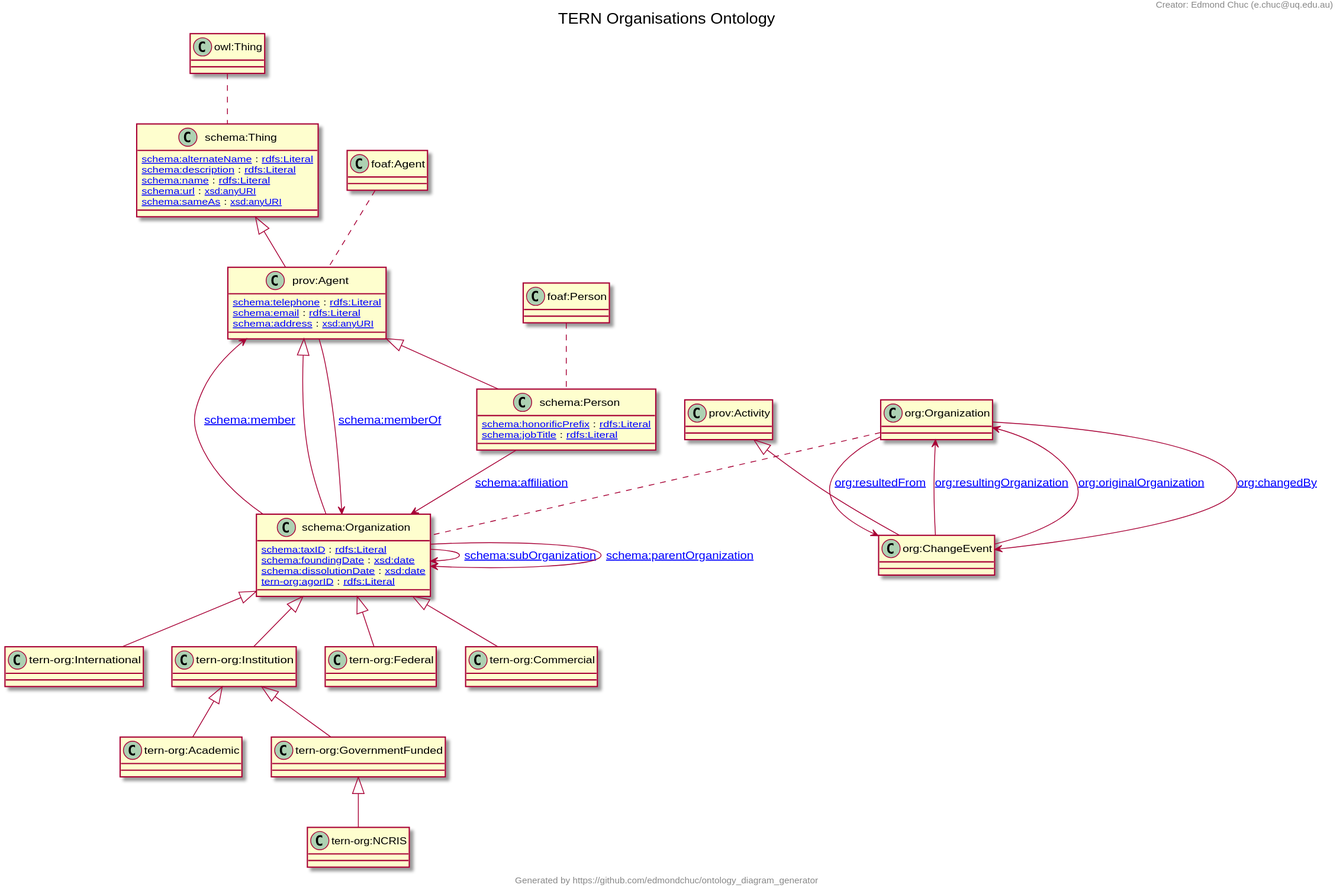
Above: docs/tern-org.ttl.svg in ternaustralia/ontology_tern-org (PlantUML), before the change.
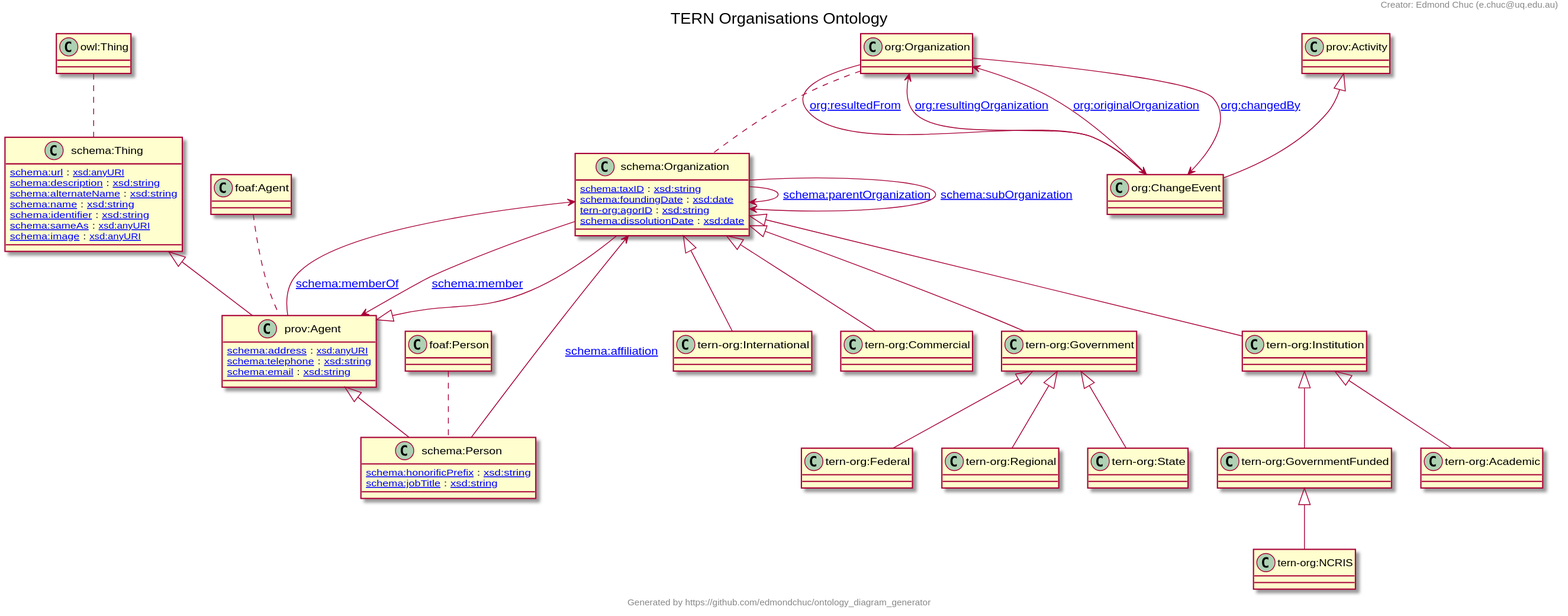
Above is the later version.

Change to the diagram source:
```diff
@@ -1,67 +1,78 @@
 @startuml
 title TERN Organisations Ontology
+"schema:Organization" <|-- "tern-org:Government"
+"tern-org:Government" <|-- "tern-org:Regional"
+"prov:Agent" <|-- "schema:Person"
+"schema:Organization" <|-- "tern-org:International"
+"tern-org:GovernmentFunded" <|-- "tern-org:NCRIS"
+"tern-org:Government" <|-- "tern-org:State"
+"prov:Activity" <|-- "org:ChangeEvent"
+"schema:Organization" <|-- "tern-org:Commercial"
 "prov:Agent" <|-- "schema:Organization"
-"schema:Organization" <|-- "tern-org:International"
+"tern-org:Government" <|-- "tern-org:Federal"
+"tern-org:Institution" <|-- "tern-org:GovernmentFunded"
 "tern-org:Institution" <|-- "tern-org:Academic"
-"tern-org:GovernmentFunded" <|-- "tern-org:NCRIS"
-"prov:Activity" <|-- "org:ChangeEvent"
-"tern-org:Institution" <|-- "tern-org:GovernmentFunded"
+"schema:Thing" <|-- "prov:Agent"
 "schema:Organization" <|-- "tern-org:Institution"
-"schema:Thing" <|-- "prov:Agent"
-"schema:Organization" <|-- "tern-org:Federal"
-"schema:Organization" <|-- "tern-org:Commercial"
-"prov:Agent" <|-- "schema:Person"
-Class "schema:Organization" [[http://schema.org/Organization]] {
-[[http://schema.org/taxID schema:taxID]] : [[http://www.w3.org/2000/01/rdf-schema#Literal rdfs:Literal]]
-[[http://schema.org/foundingDate schema:foundingDate]] : [[http://www.w3.org/2001/XMLSchema#date xsd:date]]
-[[http://schema.org/dissolutionDate schema:dissolutionDate]] : [[http://www.w3.org/2001/XMLSchema#date xsd:date]]
-[[https://w3id.org/tern/ontologies/org/agorID tern-org:agorID]] : [[http://www.w3.org/2000/01/rdf-schema#Literal rdfs:Literal]]
+Class "tern-org:Government" [[https://w3id.org/tern/ontologies/org/Government]] {
+}
+Class "tern-org:Regional" [[https://w3id.org/tern/ontologies/org/Regional]] {
+}
+Class "schema:Person" [[http://schema.org/Person]] {
+[[http://schema.org/honorificPrefix schema:honorificPrefix]] : [[http://www.w3.org/2001/XMLSchema#string xsd:string]]
+[[http://schema.org/jobTitle schema:jobTitle]] : [[http://www.w3.org/2001/XMLSchema#string xsd:string]]
 }
 Class "tern-org:International" [[https://w3id.org/tern/ontologies/org/International]] {
 }
-Class "tern-org:Academic" [[https://w3id.org/tern/ontologies/org/Academic]] {
+Class "schema:Thing" [[http://schema.org/Thing]] {
+[[http://schema.org/url schema:url]] : [[http://www.w3.org/2001/XMLSchema#anyURI xsd:anyURI]]
+[[http://schema.org/description schema:description]] : [[http://www.w3.org/2001/XMLSchema#string xsd:string]]
+[[http://schema.org/alternateName schema:alternateName]] : [[http://www.w3.org/2001/XMLSchema#string xsd:string]]
+[[http://schema.org/name schema:name]] : [[http://www.w3.org/2001/XMLSchema#string xsd:string]]
+[[http://schema.org/identifier schema:identifier]] : [[http://www.w3.org/2001/XMLSchema#string xsd:string]]
+[[http://schema.org/sameAs schema:sameAs]] : [[http://www.w3.org/2001/XMLSchema#anyURI xsd:anyURI]]
+[[http://schema.org/image schema:image]] : [[http://www.w3.org/2001/XMLSchema#anyURI xsd:anyURI]]
 }
 Class "tern-org:NCRIS" [[https://w3id.org/tern/ontologies/org/NCRIS]] {
 }
+Class "tern-org:State" [[https://w3id.org/tern/ontologies/org/State]] {
+}
 Class "org:ChangeEvent" [[http://www.w3.org/ns/org#ChangeEvent]] {
+}
+Class "tern-org:Commercial" [[https://w3id.org/tern/ontologies/org/Commercial]] {
+}
+Class "schema:Organization" [[http://schema.org/Organization]] {
+[[http://schema.org/taxID schema:taxID]] : [[http://www.w3.org/2001/XMLSchema#string xsd:string]]
+[[http://schema.org/foundingDate schema:foundingDate]] : [[http://www.w3.org/2001/XMLSchema#date xsd:date]]
+[[https://w3id.org/tern/ontologies/org/agorID tern-org:agorID]] : [[http://www.w3.org/2001/XMLSchema#string xsd:string]]
+[[http://schema.org/dissolutionDate schema:dissolutionDate]] : [[http://www.w3.org/2001/XMLSchema#date xsd:date]]
+}
+Class "tern-org:Federal" [[https://w3id.org/tern/ontologies/org/Federal]] {
 }
 Class "tern-org:GovernmentFunded" [[https://w3id.org/tern/ontologies/org/GovernmentFunded]] {
 }
+Class "tern-org:Academic" [[https://w3id.org/tern/ontologies/org/Academic]] {
+}
+Class "prov:Agent" [[http://www.w3.org/ns/prov#Agent]] {
+[[http://schema.org/address schema:address]] : [[http://www.w3.org/2001/XMLSchema#anyURI xsd:anyURI]]
+[[http://schema.org/telephone schema:telephone]] : [[http://www.w3.org/2001/XMLSchema#string xsd:string]]
+[[http://schema.org/email schema:email]] : [[http://www.w3.org/2001/XMLSchema#string xsd:string]]
+}
 Class "tern-org:Institution" [[https://w3id.org/tern/ontologies/org/Institution]] {
 }
-Class "prov:Agent" [[http://www.w3.org/ns/prov#Agent]] {
-[[http://schema.org/telephone schema:telephone]] : [[http://www.w3.org/2000/01/rdf-schema#Literal rdfs:Literal]]
-[[http://schema.org/email schema:email]] : [[http://www.w3.org/2000/01/rdf-schema#Literal rdfs:Literal]]
-[[http://schema.org/address schema:address]] : [[http://www.w3.org/2001/XMLSchema#anyURI xsd:anyURI]]
-}
-Class "tern-org:Federal" [[https://w3id.org/tern/ontologies/org/Federal]] {
-}
-Class "schema:Thing" [[http://schema.org/Thing]] {
-[[http://schema.org/alternateName schema:alternateName]] : [[http://www.w3.org/2000/01/rdf-schema#Literal rdfs:Literal]]
-[[http://schema.org/description schema:description]] : [[http://www.w3.org/2000/01/rdf-schema#Literal rdfs:Literal]]
-[[http://schema.org/name schema:name]] : [[http://www.w3.org/2000/01/rdf-schema#Literal rdfs:Literal]]
-[[http://schema.org/url schema:url]] : [[http://www.w3.org/2001/XMLSchema#anyURI xsd:anyURI]]
-[[http://schema.org/sameAs schema:sameAs]] : [[http://www.w3.org/2001/XMLSchema#anyURI xsd:anyURI]]
-}
-Class "tern-org:Commercial" [[https://w3id.org/tern/ontologies/org/Commercial]] {
-}
-Class "schema:Person" [[http://schema.org/Person]] {
-[[http://schema.org/honorificPrefix schema:honorificPrefix]] : [[http://www.w3.org/2000/01/rdf-schema#Literal rdfs:Literal]]
-[[http://schema.org/jobTitle schema:jobTitle]] : [[http://www.w3.org/2000/01/rdf-schema#Literal rdfs:Literal]]
-}
+"schema:Organization" --> "prov:Agent" : "[[http://schema.org/member schema:member]]"
+"org:Organization" --> "org:ChangeEvent" : "[[http://www.w3.org/ns/org#changedBy org:changedBy]]"
+"schema:Organization" --> "schema:Organization" : "[[http://schema.org/parentOrganization schema:parentOrganization]]"
 "org:ChangeEvent" --> "org:Organization" : "[[http://www.w3.org/ns/org#resultingOrganization org:resultingOrganization]]"
+"org:ChangeEvent" --> "org:Organization" : "[[http://www.w3.org/ns/org#originalOrganization org:originalOrganization]]"
+"org:Organization" --> "org:ChangeEvent" : "[[http://www.w3.org/ns/org#resultedFrom org:resultedFrom]]"
 "schema:Person" --> "schema:Organization" : "[[http://schema.org/affiliation schema:affiliation]]"
+"prov:Agent" --> "schema:Organization" : "[[http://schema.org/memberOf schema:memberOf]]"
 "schema:Organization" --> "schema:Organization" : "[[http://schema.org/subOrganization schema:subOrganization]]"
-"org:Organization" --> "org:ChangeEvent" : "[[http://www.w3.org/ns/org#changedBy org:changedBy]]"
-"org:Organization" --> "org:ChangeEvent" : "[[http://www.w3.org/ns/org#resultedFrom org:resultedFrom]]"
-"schema:Organization" --> "schema:Organization" : "[[http://schema.org/parentOrganization schema:parentOrganization]]"
-"org:ChangeEvent" --> "org:Organization" : "[[http://www.w3.org/ns/org#originalOrganization org:originalOrganization]]"
-"prov:Agent" --> "schema:Organization" : "[[http://schema.org/memberOf schema:memberOf]]"
-"schema:Organization" --> "prov:Agent" : "[[http://schema.org/member schema:member]]"
+"foaf:Person" .. "schema:Person"
+"owl:Thing" .. "schema:Thing"
 "org:Organization" .. "schema:Organization"
 "foaf:Agent" .. "prov:Agent"
-"owl:Thing" .. "schema:Thing"
-"foaf:Person" .. "schema:Person"
 header
 Creator: Edmond Chuc (e.chuc@uq.edu.au)
 endheader
```
